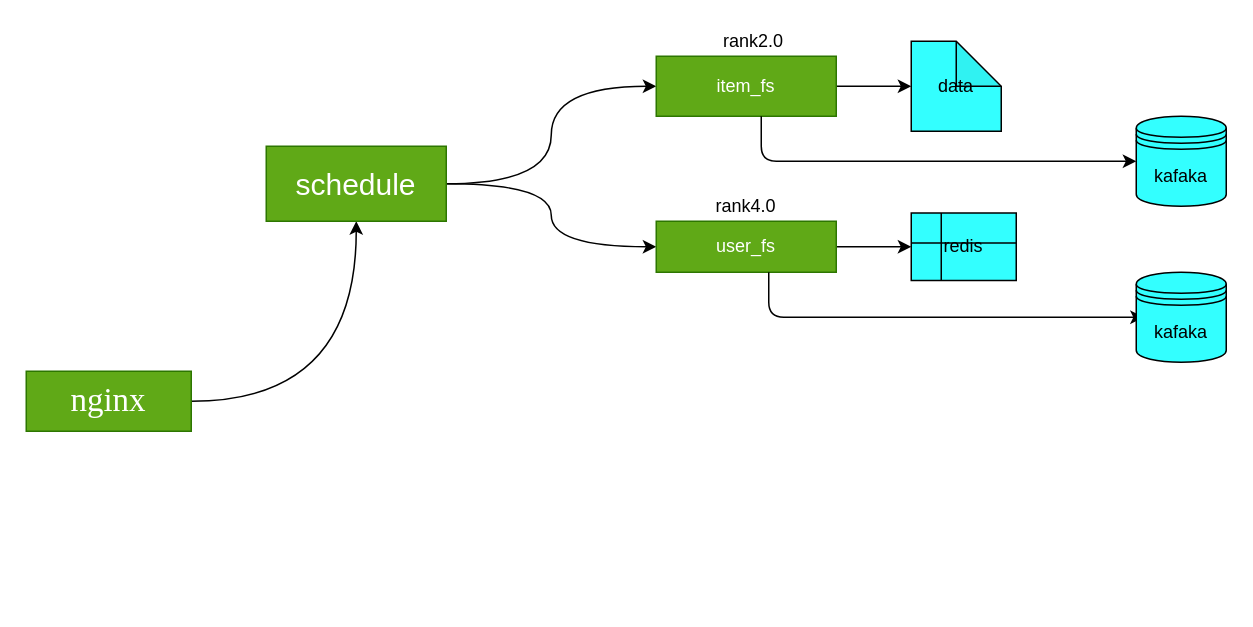
This is page "Page-1" (1 of 2) of Untitled Diagram.drawio from huasonzhou/learngit, a draw.io file, before an edit. Source tidied: cells renumbered, new cells numbered last; positions are measured from the earlier drawing's top-left corner, leaving out a move shared by most shapes. Both pictures are drawn from the tidied source at 150%, with x=0, y=0 at pixel (26, 26).
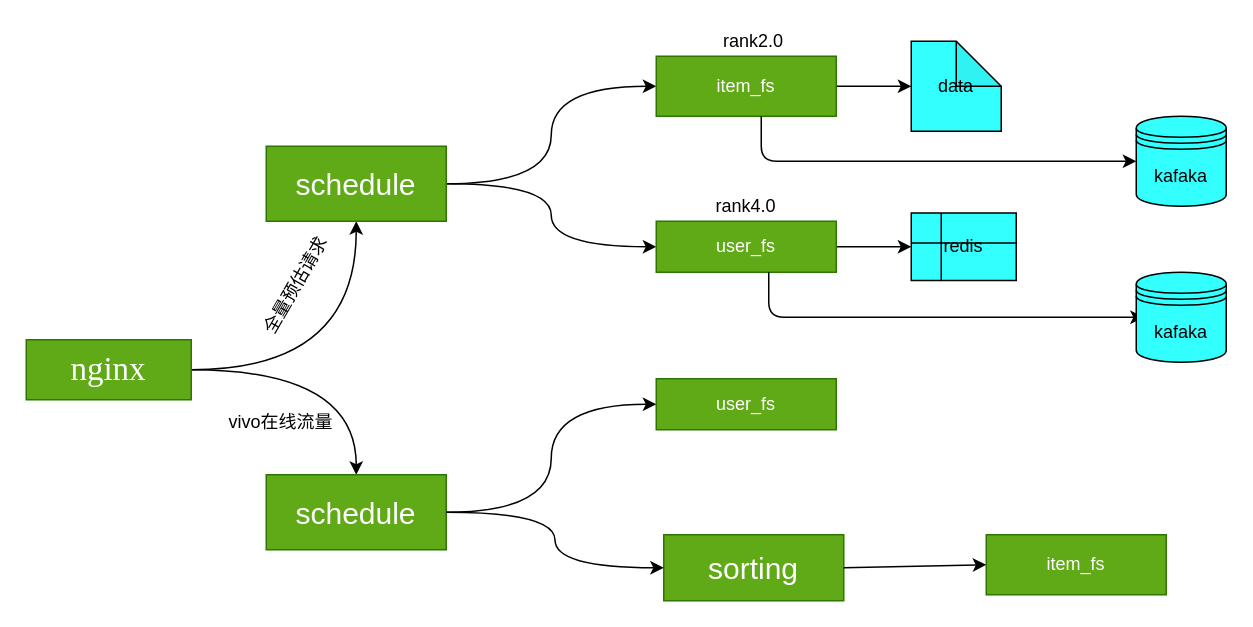
The same page after the edit.

Change to the diagram source:
```diff
@@
+    <mxCell id="19" style="edgeStyle=orthogonalEdgeStyle;curved=1;rounded=0;jettySize=auto;html=1;entryX=0.5;entryY=0;entryDx=0;entryDy=0;" parent="1" edge="1" source="3" target="21">
+      <mxGeometry relative="1" as="geometry" />
+    </mxCell>
     <mxCell id="3" value="&lt;font face=&quot;Times New Roman&quot; style=&quot;font-size: 22px&quot;&gt;nginx&lt;/font&gt;" style="rounded=0;whiteSpace=wrap;html=1;fillColor=#60a917;strokeColor=#2D7600;fontColor=#ffffff;" parent="1" vertex="1">
-      <mxGeometry y="230" width="110" height="40" as="geometry" />
+      <mxGeometry y="209" width="110" height="40" as="geometry" />
     </mxCell>
@@
+    <mxCell id="20" value="全量预估请求" style="text;html=1;strokeColor=none;fillColor=none;align=center;verticalAlign=middle;whiteSpace=wrap;rounded=0;rotation=-60;" parent="1" vertex="1">
+      <mxGeometry x="130" y="163" width="100" height="20" as="geometry" />
+    </mxCell>
+    <mxCell id="21" value="&lt;font style=&quot;font-size: 20px&quot;&gt;schedule&lt;/font&gt;" style="whiteSpace=wrap;html=1;rounded=0;fontColor=#ffffff;strokeColor=#2D7600;fillColor=#60a917;" parent="1" vertex="1">
+      <mxGeometry x="160" y="299" width="120" height="50" as="geometry" />
+    </mxCell>
+    <mxCell id="22" style="edgeStyle=orthogonalEdgeStyle;curved=1;rounded=0;orthogonalLoop=1;jettySize=auto;html=1;exitX=0.5;exitY=1;exitDx=0;exitDy=0;" parent="1" edge="1" source="21" target="21">
+      <mxGeometry relative="1" as="geometry" />
+    </mxCell>
+    <mxCell id="23" value="vivo在线流量" style="text;html=1;strokeColor=none;fillColor=none;align=center;verticalAlign=middle;whiteSpace=wrap;rounded=0;" parent="1" vertex="1">
+      <mxGeometry x="120" y="259" width="100" height="10" as="geometry" />
+    </mxCell>
+    <mxCell id="24" value="user_fs" style="whiteSpace=wrap;html=1;rounded=0;fontColor=#ffffff;strokeColor=#2D7600;fillColor=#60a917;" parent="1" vertex="1">
+      <mxGeometry x="420" y="235" width="120" height="34" as="geometry" />
+    </mxCell>
+    <mxCell id="25" style="edgeStyle=orthogonalEdgeStyle;curved=1;rounded=0;jettySize=auto;html=1;entryX=0;entryY=0.5;entryDx=0;entryDy=0;exitX=1;exitY=0.5;exitDx=0;exitDy=0;" parent="1" edge="1" source="21" target="24">
+      <mxGeometry relative="1" as="geometry" />
+    </mxCell>
+    <mxCell id="26" value="&lt;font style=&quot;font-size: 20px&quot;&gt;sorting&lt;/font&gt;" style="whiteSpace=wrap;html=1;rounded=0;fontColor=#ffffff;strokeColor=#2D7600;fillColor=#60a917;" parent="1" vertex="1">
+      <mxGeometry x="425" y="339" width="120" height="44" as="geometry" />
+    </mxCell>
+    <mxCell id="27" value="item_fs" style="whiteSpace=wrap;html=1;rounded=0;fontColor=#ffffff;strokeColor=#2D7600;fillColor=#60a917;" parent="1" vertex="1">
+      <mxGeometry x="640" y="339" width="120" height="40" as="geometry" />
+    </mxCell>
+    <mxCell id="28" style="edgeStyle=orthogonalEdgeStyle;curved=1;rounded=0;jettySize=auto;html=1;entryX=0;entryY=0.5;entryDx=0;entryDy=0;exitX=1;exitY=0.5;exitDx=0;exitDy=0;" parent="1" edge="1" source="21" target="26">
+      <mxGeometry relative="1" as="geometry" />
+    </mxCell>
+    <mxCell id="29" style="endArrow=classic;html=1;entryX=0;entryY=0.5;entryDx=0;entryDy=0;exitX=1;exitY=0.5;exitDx=0;exitDy=0;" parent="1" edge="1" source="26" target="27">
+      <mxGeometry relative="1" as="geometry" />
+    </mxCell>
```
